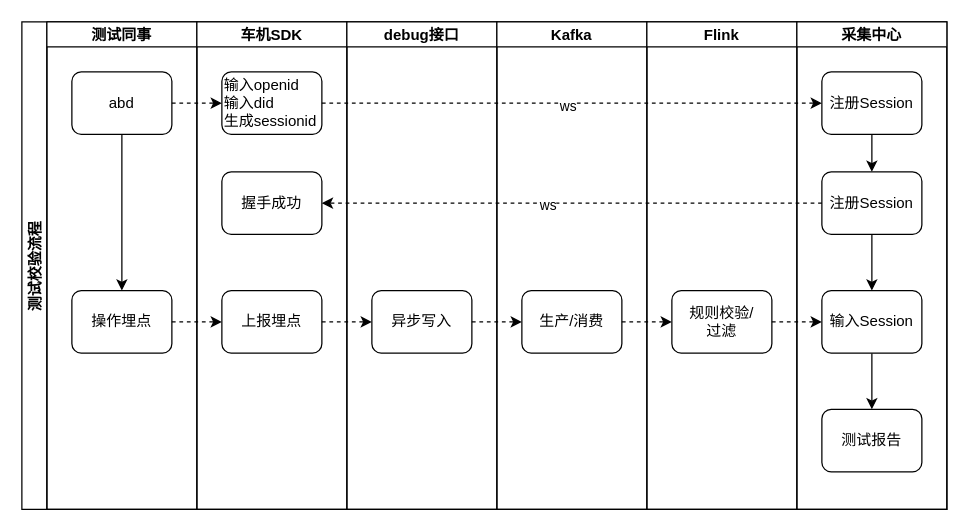
Before: 新测试校验模式.drawio in shaozc3g/draw_io, a draw.io diagram. Source tidied: cells renumbered, new cells numbered last; positions are measured from the earlier drawing's top-left corner, leaving out a move shared by most shapes. Both pictures are drawn from the tidied source at 125%, with x=0, y=0 at pixel (21, 21).
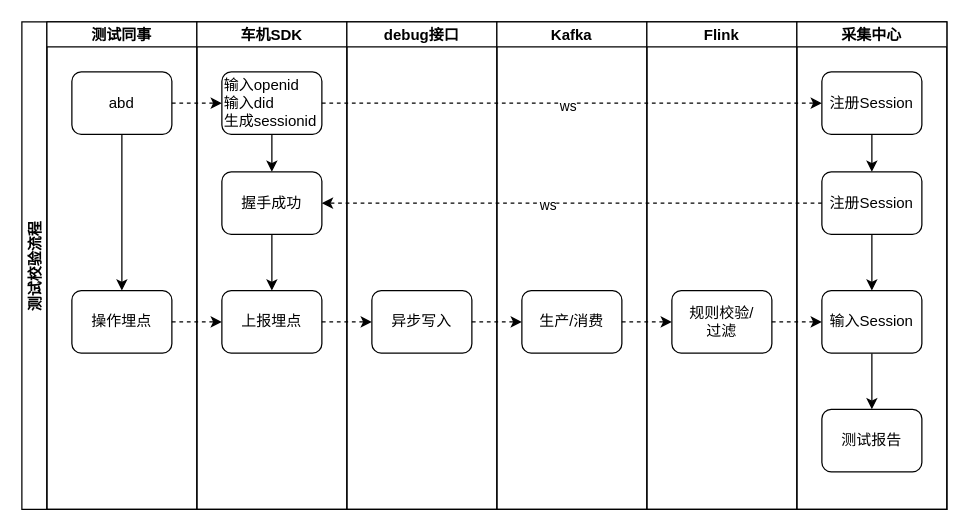
The same diagram, later.

Commit message (it also covers changes not shown here):
更新新测试校验模式.drawio

Unchanged cells that the change refers to:
```xml
<mxCell id="7" value="车机SDK" style="swimlane;startSize=20;" parent="2" vertex="1">
  <mxGeometry x="140" width="120" height="390" as="geometry" />
</mxCell>
<mxCell id="8" value="输入openid&lt;br&gt;输入did&lt;br&gt;生成sessionid" style="rounded=1;whiteSpace=wrap;html=1;align=left;" parent="7" vertex="1">
  <mxGeometry x="20" y="40" width="80" height="50" as="geometry" />
</mxCell>
<mxCell id="9" value="握手成功" style="rounded=1;whiteSpace=wrap;html=1;" parent="7" vertex="1">
  <mxGeometry x="20" y="120" width="80" height="50" as="geometry" />
</mxCell>
<mxCell id="10" value="上报埋点" style="rounded=1;whiteSpace=wrap;html=1;" parent="7" vertex="1">
  <mxGeometry x="20" y="215" width="80" height="50" as="geometry" />
</mxCell>
```

Diff of the diagram source:
```diff
@@
+    <mxCell id="35" style="edgeStyle=orthogonalEdgeStyle;rounded=0;jettySize=auto;html=1;exitX=0.5;exitY=1;exitDx=0;exitDy=0;entryX=0.5;entryY=0;entryDx=0;entryDy=0;" parent="7" edge="1" source="8" target="9">
+      <mxGeometry relative="1" as="geometry" />
+    </mxCell>
@@
+    <mxCell id="36" style="edgeStyle=orthogonalEdgeStyle;rounded=0;jettySize=auto;html=1;exitX=0.5;exitY=1;exitDx=0;exitDy=0;" parent="7" edge="1" source="9" target="10">
+      <mxGeometry relative="1" as="geometry" />
+    </mxCell>
```
